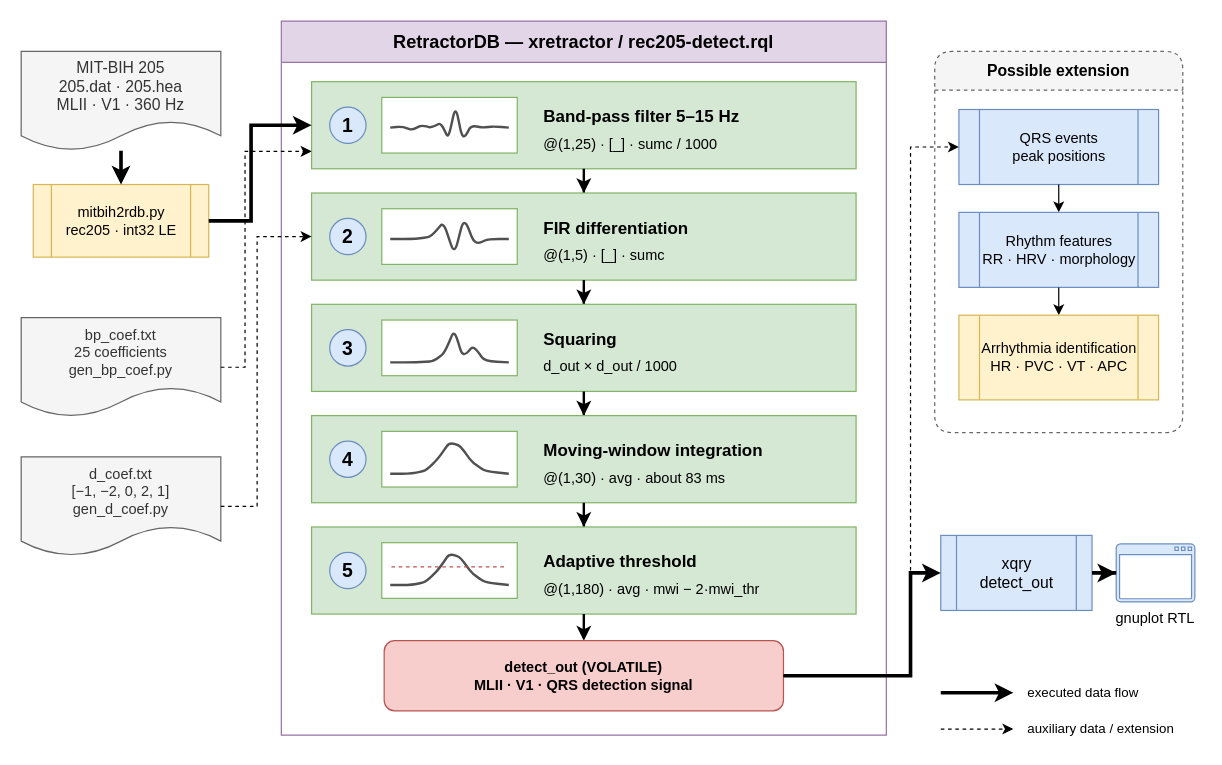
Earlier version of the draw.io diagram page "QRS and arrhythmia" (11 of 12) of assets/zrodlo-rysunkow.drawio (michalwidera/documentation-rdb). Source tidied: cells renumbered, new cells numbered last; positions are measured from the earlier drawing's top-left corner, leaving out a move shared by most shapes. Both pictures are drawn from the tidied source at 121%, with x=0, y=0 at pixel (21, 21).
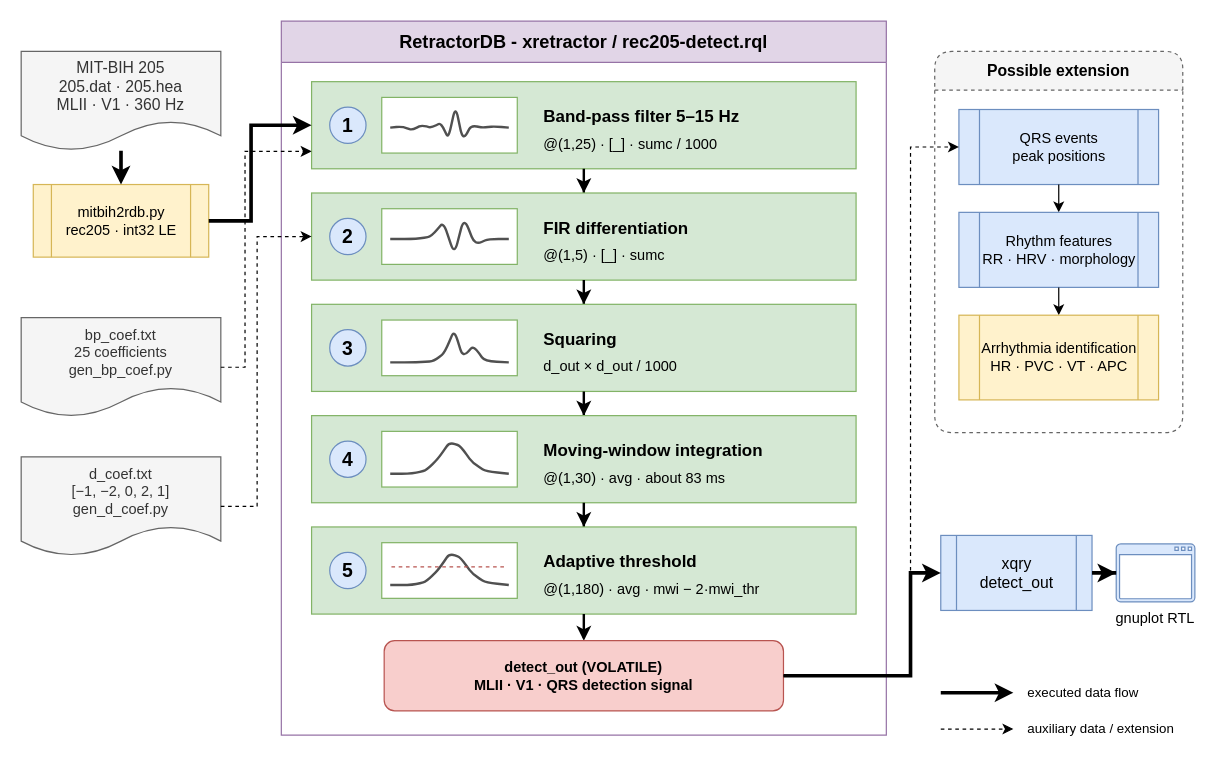
The same page after the edit.

Diff of the diagram source:
```diff
@@
-    <mxCell id="2" value="RetractorDB — xretractor / rec205-detect.rql" style="swimlane;whiteSpace=wrap;html=0;convertToSvg=1;startSize=34;fillColor=#e1d5e7;strokeColor=#9673a6;fontStyle=1;fontSize=15;" parent="1" vertex="1">
+    <mxCell id="2" value="RetractorDB - xretractor / rec205-detect.rql" style="swimlane;whiteSpace=wrap;html=0;convertToSvg=1;startSize=34;fillColor=#e1d5e7;strokeColor=#9673a6;fontStyle=1;fontSize=15;" parent="1" vertex="1">
       <mxGeometry x="215" width="500" height="590" as="geometry" />
     </mxCell>
```
